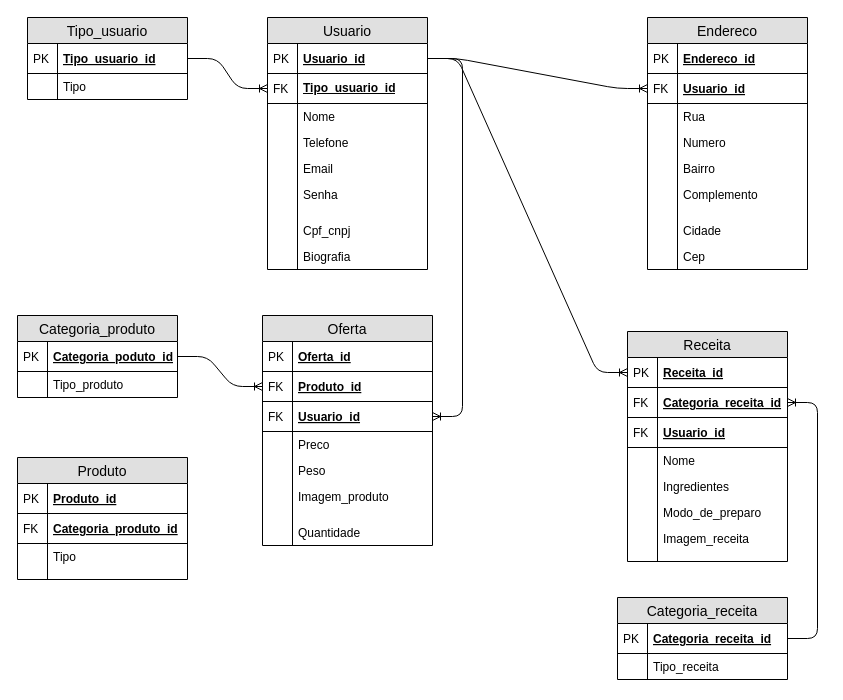
Earlier version of the draw.io diagram DataBase/MER/ModelagemLogicaFrigga.drawio (akhena1/Instituto_Frigga_Backend). Source tidied: cells renumbered, new cells numbered last; positions are measured from the earlier drawing's top-left corner, leaving out a move shared by most shapes. Both pictures are drawn from the tidied source at 100%, with x=0, y=0 at pixel (17, 17).
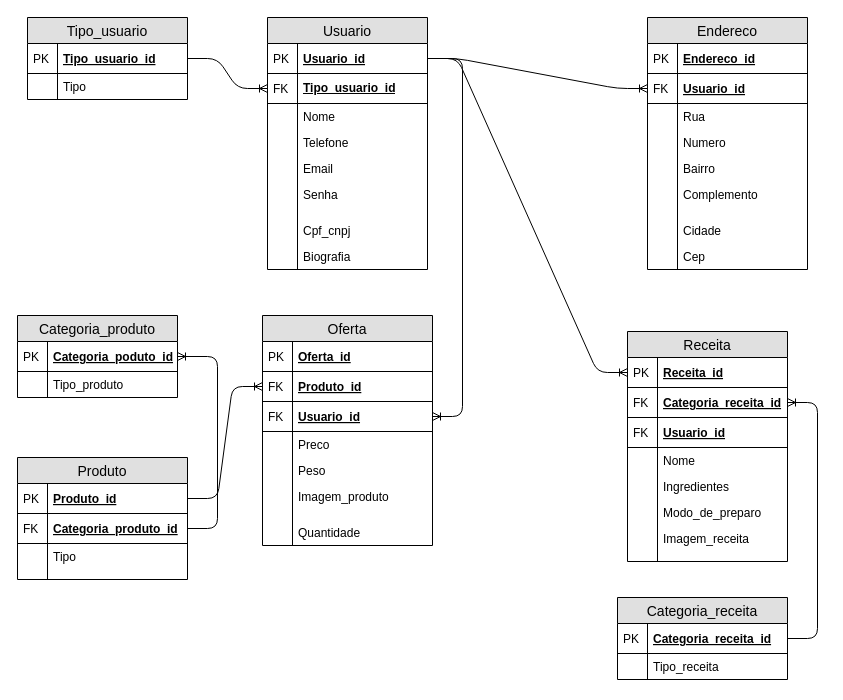
After the change.

The change refers to these unchanged cells:
```xml
<mxCell id="48" value="Produto_id" style="shape=partialRectangle;top=0;left=0;right=0;bottom=1;align=left;verticalAlign=middle;fillColor=none;spacingLeft=34;spacingRight=4;overflow=hidden;points=[[0,0.5],[1,0.5]];portConstraint=eastwest;fontStyle=5;fontSize=12;" parent="45" vertex="1">
  <mxGeometry y="56" width="170" height="30" as="geometry" />
</mxCell>
<mxCell id="80" value="Categoria_poduto_id" style="shape=partialRectangle;top=0;left=0;right=0;bottom=1;align=left;verticalAlign=middle;fillColor=none;spacingLeft=34;spacingRight=4;overflow=hidden;points=[[0,0.5],[1,0.5]];portConstraint=eastwest;fontStyle=5;fontSize=12;" parent="79" vertex="1">
  <mxGeometry y="26" width="160" height="30" as="geometry" />
</mxCell>
<mxCell id="96" value="Produto_id" style="shape=partialRectangle;top=0;left=0;right=0;bottom=1;align=left;verticalAlign=middle;fillColor=none;spacingLeft=34;spacingRight=4;overflow=hidden;points=[[0,0.5],[1,0.5]];portConstraint=eastwest;fontStyle=5;fontSize=12;" parent="95" vertex="1">
  <mxGeometry y="26" width="170" height="30" as="geometry" />
</mxCell>
<mxCell id="98" value="Categoria_produto_id" style="shape=partialRectangle;top=0;left=0;right=0;bottom=1;align=left;verticalAlign=middle;fillColor=none;spacingLeft=34;spacingRight=4;overflow=hidden;points=[[0,0.5],[1,0.5]];portConstraint=eastwest;fontStyle=5;fontSize=12;" parent="95" vertex="1">
  <mxGeometry y="56" width="170" height="30" as="geometry" />
</mxCell>
```

Diff of the diagram source:
```diff
@@
-    <mxCell id="91" style="edgeStyle=entityRelationEdgeStyle;fontSize=12;html=1;endArrow=ERoneToMany;" parent="1" edge="1" source="80" target="48">
-      <mxGeometry relative="1" as="geometry" />
-    </mxCell>
@@
+    <mxCell id="104" style="edgeStyle=entityRelationEdgeStyle;fontSize=12;html=1;endArrow=ERoneToMany;" parent="1" edge="1" source="98" target="80">
+      <mxGeometry relative="1" as="geometry" />
+    </mxCell>
+    <mxCell id="105" style="edgeStyle=entityRelationEdgeStyle;fontSize=12;html=1;endArrow=ERoneToMany;" parent="1" edge="1" source="96" target="48">
+      <mxGeometry relative="1" as="geometry" />
+    </mxCell>
```
